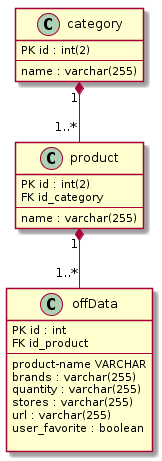
This is doc/img/06_MPD.png from Zepmanbc/oc_dapython_pr5, a PlantUML export, as it was before one commit. Its diagram source:
```plantuml
@startuml

    class category {
        PK id : int(2)
        --
        name : varchar(255)
    }

    class product {
        PK id : int(2)
        FK id_category
        --
        name : varchar(255)
    }

    class offData {
        PK id : int
        FK id_product
        --
        product-name VARCHAR
        brands : varchar(255)
        quantity : varchar(255)
        stores : varchar(255)
        url : varchar(255)
        user_favorite : boolean

    }

    category "1" *-- "1..*" product
    product "1" *-- "1..*" offData

@enduml
```
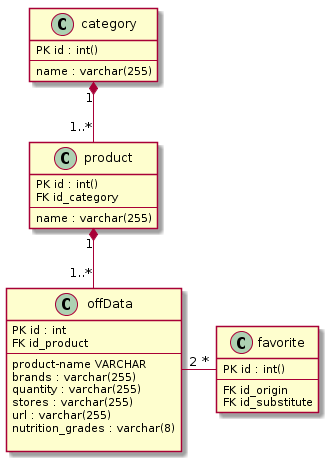
The same file after the commit.

Change to the diagram source:
```diff
@@ -1,13 +1,13 @@
 @startuml
 
     class category {
-        PK id : int(2)
+        PK id : int()
         --
         name : varchar(255)
     }
 
     class product {
-        PK id : int(2)
+        PK id : int()
         FK id_category
         --
         name : varchar(255)
@@ -22,11 +22,19 @@
         quantity : varchar(255)
         stores : varchar(255)
         url : varchar(255)
-        user_favorite : boolean
+        nutrition_grades : varchar(8)
 
+    }
+
+    class favorite{
+        PK id : int()
+        --
+        FK id_origin
+        FK id_substitute
     }
 
     category "1" *-- "1..*" product
     product "1" *-- "1..*" offData
+    offData "2" - "*" favorite
 
 @enduml
```
